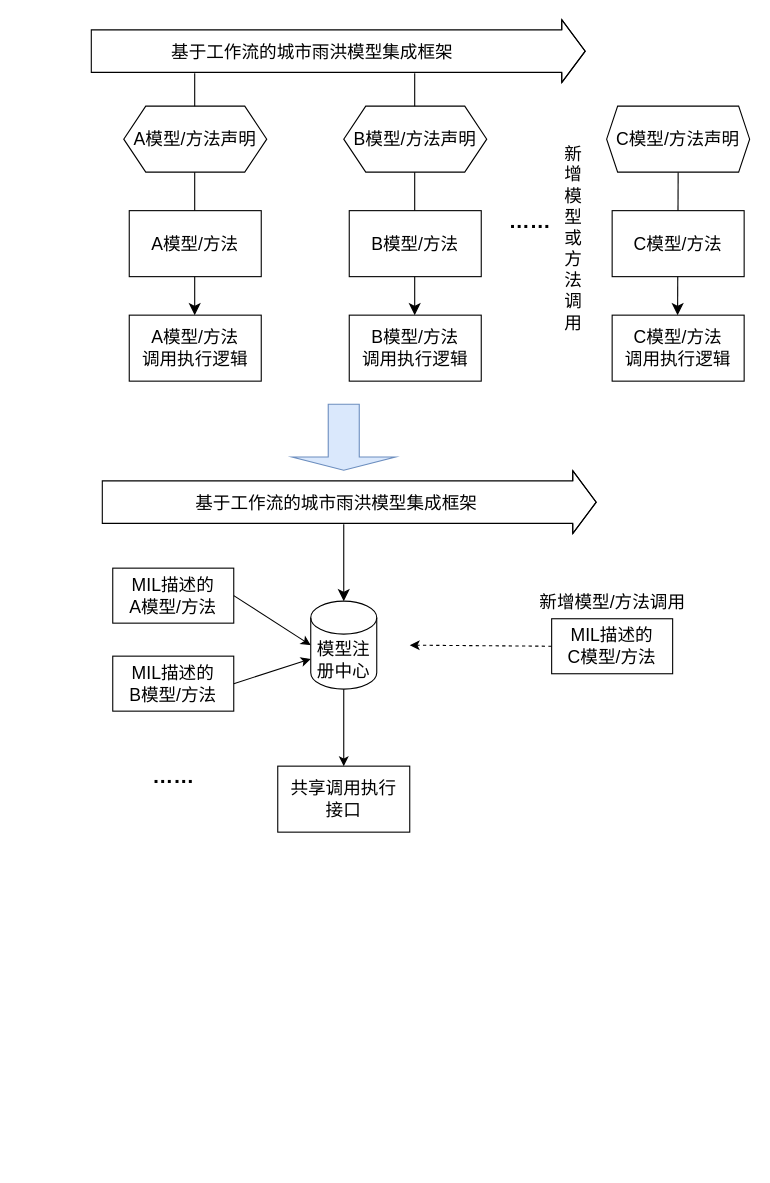
Earlier version of the draw.io diagram page "第 5 页" (5 of 5) of 模型接口语言注册.drawio (liujing-maker/IDEA). Source tidied: cells renumbered, new cells numbered last; positions are measured from the earlier drawing's top-left corner, leaving out a move shared by most shapes. Both pictures are drawn from the tidied source at 110%, with x=0, y=0 at pixel (90, 51).
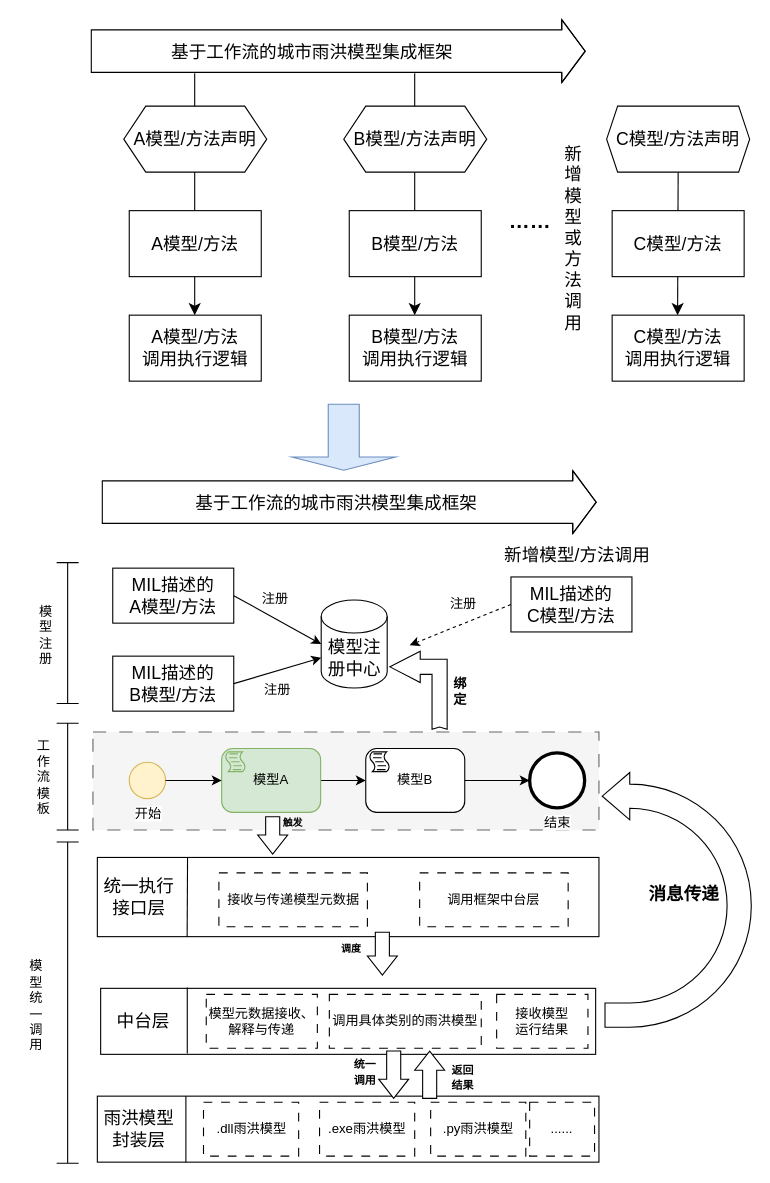
After the change.

Commit message:
更新模型接口语言注册.drawio

The edit, as a diff of the source:
```diff
@@
+    <mxCell id="33" style="rounded=0;whiteSpace=wrap;html=1;dashed=1;dashPattern=12 12;fillColor=#f5f5f5;fontColor=#333333;strokeColor=#666666;" parent="1" vertex="1">
+      <mxGeometry x="2" y="619" width="460" height="89" as="geometry" />
+    </mxCell>
@@
-    <mxCell id="3" value="&lt;b&gt;&lt;font style=&quot;font-size: 19px;&quot;&gt;……&lt;/font&gt;&lt;/b&gt;" style="text;html=1;align=center;verticalAlign=middle;strokeColor=none;fillColor=none;fontSize=16;" parent="1" vertex="1">
-      <mxGeometry x="45" y="640" width="60" height="40" as="geometry" />
-    </mxCell>
     <mxCell id="4" value="&lt;font style=&quot;font-size: 16px;&quot;&gt;模型注册中心&lt;/font&gt;" style="shape=cylinder3;whiteSpace=wrap;html=1;boundedLbl=1;backgroundOutline=1;size=15;" parent="1" vertex="1">
-      <mxGeometry x="200" y="500" width="60" height="80" as="geometry" />
+      <mxGeometry x="209.5" y="499" width="60" height="80" as="geometry" />
     </mxCell>
-    <mxCell id="5" style="endArrow=classic;html=1;rounded=0;fontSize=12;startSize=8;endSize=8;curved=1;" parent="1" edge="1" target="4">
-      <mxGeometry relative="1" as="geometry">
-        <mxPoint x="230" y="430" as="sourcePoint" />
-      </mxGeometry>
-    </mxCell>
-    <mxCell id="6" value="&lt;span style=&quot;font-size: 16px;&quot;&gt;共享调用执行&lt;br&gt;接口&lt;/span&gt;" style="rounded=0;whiteSpace=wrap;html=1;" parent="1" vertex="1">
-      <mxGeometry x="170" y="650" width="120" height="60" as="geometry" />
+    <mxCell id="6" style="rounded=0;whiteSpace=wrap;html=1;" parent="1" vertex="1">
+      <mxGeometry x="6" y="733" width="456" height="72" as="geometry" />
     </mxCell>
@@
     <mxCell id="9" value="&lt;font style=&quot;font-size: 16px;&quot;&gt;新增模型/方法调用&lt;/font&gt;" style="text;html=1;align=center;verticalAlign=middle;strokeColor=none;fillColor=none;" parent="1" vertex="1">
-      <mxGeometry x="394" y="486" width="160" height="30" as="geometry" />
+      <mxGeometry x="362" y="443" width="160" height="30" as="geometry" />
     </mxCell>
     <mxCell id="10" value="&lt;font style=&quot;font-size: 16px;&quot;&gt;MIL描述的&lt;br&gt;C模型/方法&lt;/font&gt;" style="rounded=0;whiteSpace=wrap;html=1;" parent="1" vertex="1">
-      <mxGeometry x="419" y="516" width="110" height="50" as="geometry" />
+      <mxGeometry x="382" y="478" width="110" height="50" as="geometry" />
     </mxCell>
@@
-    <mxCell id="13" style="endArrow=classic;html=1;rounded=0;exitX=0.5;exitY=1;exitDx=0;exitDy=0;exitPerimeter=0;entryX=0.5;entryY=0;entryDx=0;entryDy=0;" parent="1" edge="1" source="4" target="6">
-      <mxGeometry relative="1" as="geometry" />
-    </mxCell>
@@
+    <mxCell id="34" style="rounded=0;whiteSpace=wrap;html=1;" parent="1" vertex="1">
+      <mxGeometry x="9" y="852" width="450" height="60" as="geometry" />
+    </mxCell>
+    <mxCell id="35" style="shape=crossbar;whiteSpace=wrap;html=1;rounded=1;direction=south;" parent="1" vertex="1">
+      <mxGeometry x="-31" y="465" width="20" height="128" as="geometry" />
+    </mxCell>
+    <mxCell id="36" value="模&lt;div&gt;型&lt;/div&gt;&lt;div&gt;注&lt;/div&gt;&lt;div&gt;册&lt;/div&gt;" style="text;html=1;align=center;verticalAlign=middle;strokeColor=none;fillColor=none;" parent="1" vertex="1">
+      <mxGeometry x="-56" y="496" width="30" height="70" as="geometry" />
+    </mxCell>
+    <mxCell id="37" style="shape=crossbar;whiteSpace=wrap;html=1;rounded=1;direction=south;" parent="1" vertex="1">
+      <mxGeometry x="-31" y="719" width="20" height="292" as="geometry" />
+    </mxCell>
+    <mxCell id="38" value="模&lt;div&gt;型&lt;/div&gt;&lt;div&gt;统&lt;/div&gt;&lt;div&gt;一&lt;/div&gt;&lt;div&gt;调&lt;/div&gt;&lt;div&gt;用&lt;/div&gt;" style="text;html=1;align=center;verticalAlign=middle;strokeColor=none;fillColor=none;" parent="1" vertex="1">
+      <mxGeometry x="-65" y="819" width="30" height="98" as="geometry" />
+    </mxCell>
+    <mxCell id="39" style="rounded=0;whiteSpace=wrap;html=1;" parent="1" vertex="1">
+      <mxGeometry x="6" y="950" width="456" height="60" as="geometry" />
+    </mxCell>
+    <mxCell id="40" value="注册" style="text;html=1;align=center;verticalAlign=middle;whiteSpace=wrap;rounded=0;" parent="1" vertex="1">
+      <mxGeometry x="138" y="483" width="60" height="30" as="geometry" />
+    </mxCell>
+    <mxCell id="41" value="注册" style="text;html=1;align=center;verticalAlign=middle;whiteSpace=wrap;rounded=0;" parent="1" vertex="1">
+      <mxGeometry x="140" y="566" width="60" height="30" as="geometry" />
+    </mxCell>
+    <mxCell id="42" value="注册" style="text;html=1;align=center;verticalAlign=middle;whiteSpace=wrap;rounded=0;" parent="1" vertex="1">
+      <mxGeometry x="309" y="488" width="60" height="30" as="geometry" />
+    </mxCell>
+    <mxCell id="43" value="开始" style="points=[[0.145,0.145,0],[0.5,0,0],[0.855,0.145,0],[1,0.5,0],[0.855,0.855,0],[0.5,1,0],[0.145,0.855,0],[0,0.5,0]];shape=mxgraph.bpmn.event;html=1;verticalLabelPosition=bottom;labelBackgroundColor=#ffffff;verticalAlign=top;align=center;perimeter=ellipsePerimeter;outlineConnect=0;outline=standard;symbol=general;fillColor=#fff2cc;strokeColor=#d6b656;" parent="1" vertex="1">
+      <mxGeometry x="35" y="646.5" width="33" height="33" as="geometry" />
+    </mxCell>
+    <mxCell id="44" value="结束" style="points=[[0.145,0.145,0],[0.5,0,0],[0.855,0.145,0],[1,0.5,0],[0.855,0.855,0],[0.5,1,0],[0.145,0.855,0],[0,0.5,0]];shape=mxgraph.bpmn.event;html=1;verticalLabelPosition=bottom;labelBackgroundColor=#ffffff;verticalAlign=top;align=center;perimeter=ellipsePerimeter;outlineConnect=0;outline=end;symbol=terminate2;" parent="1" vertex="1">
+      <mxGeometry x="399" y="638" width="50" height="50" as="geometry" />
+    </mxCell>
+    <mxCell id="45" style="edgeStyle=orthogonalEdgeStyle;rounded=0;jettySize=auto;html=1;" parent="1" edge="1" source="46" target="48">
+      <mxGeometry relative="1" as="geometry" />
+    </mxCell>
+    <mxCell id="46" value="模型A" style="points=[[0.25,0,0],[0.5,0,0],[0.75,0,0],[1,0.25,0],[1,0.5,0],[1,0.75,0],[0.75,1,0],[0.5,1,0],[0.25,1,0],[0,0.75,0],[0,0.5,0],[0,0.25,0]];shape=mxgraph.bpmn.task;whiteSpace=wrap;rectStyle=rounded;size=10;html=1;taskMarker=script;fillColor=#d5e8d4;strokeColor=#82b366;" parent="1" vertex="1">
+      <mxGeometry x="119" y="634" width="90" height="58" as="geometry" />
+    </mxCell>
+    <mxCell id="47" style="edgeStyle=orthogonalEdgeStyle;rounded=0;jettySize=auto;html=1;" parent="1" edge="1" source="48" target="44">
+      <mxGeometry relative="1" as="geometry" />
+    </mxCell>
+    <mxCell id="48" value="模型B" style="points=[[0.25,0,0],[0.5,0,0],[0.75,0,0],[1,0.25,0],[1,0.5,0],[1,0.75,0],[0.75,1,0],[0.5,1,0],[0.25,1,0],[0,0.75,0],[0,0.5,0],[0,0.25,0]];shape=mxgraph.bpmn.task;whiteSpace=wrap;rectStyle=rounded;size=10;html=1;taskMarker=script;" parent="1" vertex="1">
+      <mxGeometry x="250" y="634" width="90" height="58" as="geometry" />
+    </mxCell>
+    <mxCell id="49" style="edgeStyle=orthogonalEdgeStyle;rounded=0;jettySize=auto;html=1;entryX=0;entryY=0.5;entryDx=0;entryDy=0;entryPerimeter=0;" parent="1" edge="1" source="43" target="46">
+      <mxGeometry relative="1" as="geometry" />
+    </mxCell>
+    <mxCell id="50" style="shape=crossbar;whiteSpace=wrap;html=1;rounded=1;direction=south;" parent="1" vertex="1">
+      <mxGeometry x="-31" y="611" width="20" height="97" as="geometry" />
+    </mxCell>
+    <mxCell id="51" value="工&lt;div&gt;作&lt;/div&gt;&lt;div&gt;流&lt;/div&gt;&lt;div&gt;模&lt;/div&gt;&lt;div&gt;板&lt;/div&gt;" style="text;html=1;align=center;verticalAlign=middle;strokeColor=none;fillColor=none;" parent="1" vertex="1">
+      <mxGeometry x="-58" y="617.5" width="30" height="84" as="geometry" />
+    </mxCell>
+    <mxCell id="52" style="html=1;shadow=0;dashed=0;align=center;verticalAlign=middle;shape=mxgraph.arrows2.arrow;dy=0.53;dx=17.41;direction=south;notch=0;" parent="1" vertex="1">
+      <mxGeometry x="151.8" y="696" width="27.2" height="34" as="geometry" />
+    </mxCell>
+    <mxCell id="53" value="&lt;font size=&quot;1&quot; face=&quot;Times New Roman&quot;&gt;&lt;b style=&quot;font-size: 9px;&quot;&gt;触发&lt;/b&gt;&lt;/font&gt;" style="text;html=1;align=center;verticalAlign=middle;whiteSpace=wrap;rounded=0;" parent="1" vertex="1">
+      <mxGeometry x="160" y="688" width="48" height="25" as="geometry" />
+    </mxCell>
+    <mxCell id="54" value="&lt;br&gt;&lt;div&gt;&lt;b&gt;绑&lt;/b&gt;&lt;/div&gt;&lt;div&gt;&lt;b&gt;定&lt;/b&gt;&lt;/div&gt;" style="text;html=1;align=center;verticalAlign=middle;whiteSpace=wrap;rounded=0;" parent="1" vertex="1">
+      <mxGeometry x="303" y="560" width="66" height="30" as="geometry" />
+    </mxCell>
+    <mxCell id="55" style="html=1;shadow=0;dashed=0;align=center;verticalAlign=middle;shape=mxgraph.arrows2.bendArrow;dy=6.87;dx=27.53;notch=2.11;arrowHead=28.48;rounded=0;direction=west;flipV=1;" parent="1" vertex="1">
+      <mxGeometry x="272" y="545.5" width="52" height="71" as="geometry" />
+    </mxCell>
+    <mxCell id="56" style="endArrow=none;html=1;rounded=0;exitX=0.179;exitY=1.003;exitDx=0;exitDy=0;exitPerimeter=0;" parent="1" edge="1" source="6">
+      <mxGeometry relative="1" as="geometry">
+        <mxPoint x="88" y="733" as="targetPoint" />
+      </mxGeometry>
+    </mxCell>
+    <mxCell id="57" value="&lt;span style=&quot;font-size: 16px;&quot;&gt;统一执行接口层&lt;/span&gt;" style="text;html=1;align=center;verticalAlign=middle;whiteSpace=wrap;rounded=0;" parent="1" vertex="1">
+      <mxGeometry x="9" y="754" width="70" height="30" as="geometry" />
+    </mxCell>
+    <mxCell id="58" value="接收与传递模型元数据" style="rounded=0;whiteSpace=wrap;html=1;dashed=1;dashPattern=8 8;" parent="1" vertex="1">
+      <mxGeometry x="116.5" y="747" width="135" height="49" as="geometry" />
+    </mxCell>
+    <mxCell id="59" value="调用框架中台层" style="rounded=0;whiteSpace=wrap;html=1;dashed=1;dashPattern=8 8;" parent="1" vertex="1">
+      <mxGeometry x="299" y="747" width="135" height="49" as="geometry" />
+    </mxCell>
+    <mxCell id="60" style="html=1;shadow=0;dashed=0;align=center;verticalAlign=middle;shape=mxgraph.arrows2.arrow;dy=0.53;dx=17.41;direction=south;notch=0;" parent="1" vertex="1">
+      <mxGeometry x="251.5" y="801" width="27.2" height="39" as="geometry" />
+    </mxCell>
+    <mxCell id="61" value="&lt;div style=&quot;text-align: center;&quot;&gt;&lt;span style=&quot;background-color: initial;&quot;&gt;&lt;font size=&quot;1&quot; style=&quot;&quot; face=&quot;Times New Roman&quot;&gt;&lt;b style=&quot;font-size: 9px;&quot;&gt;调度&lt;/b&gt;&lt;/font&gt;&lt;/span&gt;&lt;/div&gt;" style="text;whiteSpace=wrap;html=1;" parent="1" vertex="1">
+      <mxGeometry x="225.9" y="801" width="27.2" height="27" as="geometry" />
+    </mxCell>
+    <mxCell id="62" style="endArrow=none;html=1;rounded=0;entryX=0.175;entryY=-0.011;entryDx=0;entryDy=0;entryPerimeter=0;exitX=0.175;exitY=0.986;exitDx=0;exitDy=0;exitPerimeter=0;" parent="1" edge="1" source="34" target="34">
+      <mxGeometry relative="1" as="geometry" />
+    </mxCell>
+    <mxCell id="63" value="&lt;span style=&quot;font-size: 16px;&quot;&gt;中台层&lt;/span&gt;" style="text;html=1;align=center;verticalAlign=middle;whiteSpace=wrap;rounded=0;" parent="1" vertex="1">
+      <mxGeometry x="13" y="867" width="70" height="30" as="geometry" />
+    </mxCell>
+    <mxCell id="64" value="模型元数据接收、解释与传递" style="rounded=0;whiteSpace=wrap;html=1;dashed=1;dashPattern=8 8;" parent="1" vertex="1">
+      <mxGeometry x="105" y="857.5" width="101" height="49" as="geometry" />
+    </mxCell>
+    <mxCell id="65" value="&lt;div&gt;调用具体类别的雨洪模型&lt;/div&gt;" style="rounded=0;whiteSpace=wrap;html=1;dashed=1;dashPattern=8 8;" parent="1" vertex="1">
+      <mxGeometry x="216.9" y="857.5" width="138.1" height="49" as="geometry" />
+    </mxCell>
+    <mxCell id="66" style="endArrow=none;html=1;rounded=0;entryX=0.175;entryY=-0.011;entryDx=0;entryDy=0;entryPerimeter=0;exitX=0.175;exitY=0.986;exitDx=0;exitDy=0;exitPerimeter=0;" parent="1" edge="1">
+      <mxGeometry relative="1" as="geometry">
+        <mxPoint x="86.5" y="1010" as="sourcePoint" />
+        <mxPoint x="86.5" y="950" as="targetPoint" />
+      </mxGeometry>
+    </mxCell>
+    <mxCell id="67" value="&lt;div&gt;&lt;span style=&quot;font-size: 16px;&quot;&gt;雨洪&lt;/span&gt;&lt;span style=&quot;font-size: 16px; background-color: initial;&quot;&gt;模型封装层&lt;/span&gt;&lt;/div&gt;" style="text;html=1;align=center;verticalAlign=middle;whiteSpace=wrap;rounded=0;" parent="1" vertex="1">
+      <mxGeometry x="9" y="965" width="70" height="30" as="geometry" />
+    </mxCell>
+    <mxCell id="68" value=".dll雨洪模型" style="rounded=0;whiteSpace=wrap;html=1;dashed=1;dashPattern=8 8;" parent="1" vertex="1">
+      <mxGeometry x="102.5" y="955.5" width="86.5" height="49" as="geometry" />
+    </mxCell>
+    <mxCell id="69" value=".exe雨洪模型" style="rounded=0;whiteSpace=wrap;html=1;dashed=1;dashPattern=8 8;" parent="1" vertex="1">
+      <mxGeometry x="208" y="955.5" width="86.5" height="49" as="geometry" />
+    </mxCell>
+    <mxCell id="70" value=".py雨洪模型" style="rounded=0;whiteSpace=wrap;html=1;dashed=1;dashPattern=8 8;" parent="1" vertex="1">
+      <mxGeometry x="309" y="955.5" width="86.5" height="49" as="geometry" />
+    </mxCell>
+    <mxCell id="71" value="......" style="rounded=0;whiteSpace=wrap;html=1;dashed=1;dashPattern=8 8;" parent="1" vertex="1">
+      <mxGeometry x="399" y="955.5" width="59" height="49" as="geometry" />
+    </mxCell>
+    <mxCell id="72" style="html=1;shadow=0;dashed=0;align=center;verticalAlign=middle;shape=mxgraph.arrows2.arrow;dy=0.53;dx=17.41;direction=south;notch=0;" parent="1" vertex="1">
+      <mxGeometry x="261.8" y="909" width="27.2" height="43" as="geometry" />
+    </mxCell>
+    <mxCell id="73" value="&lt;div style=&quot;text-align: center;&quot;&gt;&lt;font size=&quot;1&quot; face=&quot;Times New Roman&quot;&gt;&lt;b&gt;统一调用&lt;/b&gt;&lt;/font&gt;&lt;/div&gt;" style="text;whiteSpace=wrap;html=1;" parent="1" vertex="1">
+      <mxGeometry x="235" y="906.5" width="27.2" height="27" as="geometry" />
+    </mxCell>
+    <mxCell id="74" style="html=1;shadow=0;dashed=0;align=center;verticalAlign=middle;shape=mxgraph.arrows2.arrow;dy=0.53;dx=17.41;direction=south;notch=0;flipV=1;" parent="1" vertex="1">
+      <mxGeometry x="294.5" y="909" width="27.2" height="43" as="geometry" />
+    </mxCell>
+    <mxCell id="75" value="&lt;div style=&quot;text-align: center;&quot;&gt;&lt;font size=&quot;1&quot; face=&quot;Times New Roman&quot;&gt;&lt;b&gt;返回结果&lt;/b&gt;&lt;/font&gt;&lt;/div&gt;" style="text;whiteSpace=wrap;html=1;" parent="1" vertex="1">
+      <mxGeometry x="324" y="912" width="27.2" height="27" as="geometry" />
+    </mxCell>
+    <mxCell id="76" value="接收模型&lt;div&gt;运行结果&lt;/div&gt;" style="rounded=0;whiteSpace=wrap;html=1;dashed=1;dashPattern=8 8;" parent="1" vertex="1">
+      <mxGeometry x="369" y="857.5" width="83" height="49" as="geometry" />
+    </mxCell>
+    <mxCell id="77" style="html=1;shadow=0;dashed=0;align=center;verticalAlign=middle;shape=mxgraph.arrows2.uTurnArrow;dy=11;arrowHead=43;dx2=25;flipH=1;" parent="1" vertex="1">
+      <mxGeometry x="467.5" y="655.8" width="133" height="231.5" as="geometry" />
+    </mxCell>
+    <mxCell id="78" value="&lt;font style=&quot;font-size: 16px;&quot;&gt;消息传递&lt;/font&gt;" style="text;strokeColor=none;fillColor=none;html=1;fontSize=24;fontStyle=1;verticalAlign=middle;align=center;" parent="1" vertex="1">
+      <mxGeometry x="489" y="744" width="100" height="40" as="geometry" />
+    </mxCell>
```
